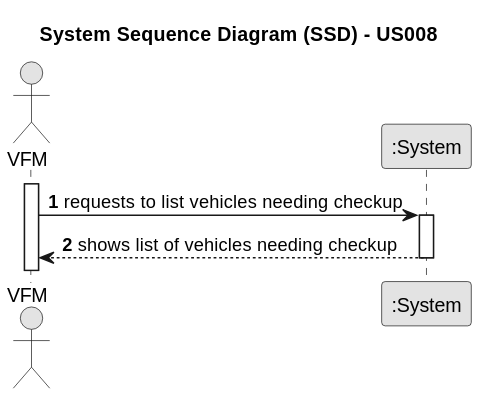
This is docs/sprintB/us008/01.requirements-engineering/svg/us008-system-sequence-diagram-alternative-one.svg from ricardomm7/leaflink, a PlantUML export, as it was before one commit. The source it was exported from:
```plantuml
@startuml
skinparam monochrome true
skinparam packageStyle rectangle
skinparam shadowing false

title System Sequence Diagram (SSD) - US008

autonumber

actor "VFM" as VFM
participant ":System" as System

activate VFM

        VFM -> System : requests to list vehicles needing check-up
        activate System

            System --> VFM : shows list of vehicles needing check-up
        deactivate System
@enduml
```
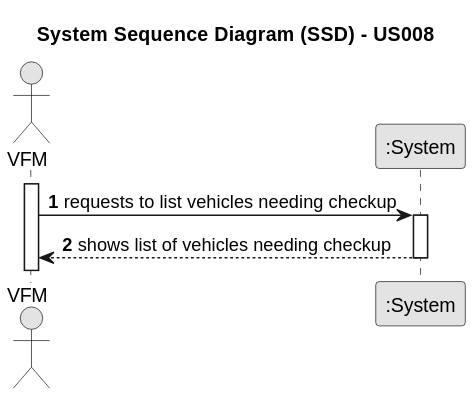
After the commit.

What changed in the source:
```diff
@@ -12,9 +12,9 @@
 
 activate VFM
 
-        VFM -> System : requests to list vehicles needing check-up
+        VFM -> System : requests to list vehicles needing checkup
         activate System
 
-            System --> VFM : shows list of vehicles needing check-up
+            System --> VFM : shows list of vehicles needing checkup
         deactivate System
 @enduml
```
